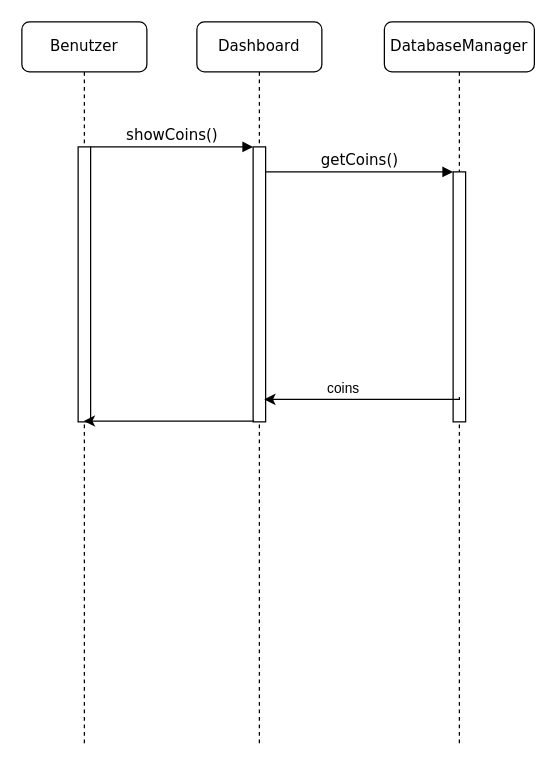
Before: docs/UML/UML-Sequenz-CreateAccount.drawio in Lucas-Klein1/CryptoBroker, a draw.io diagram. Source tidied: cells renumbered, new cells numbered last; positions are measured from the earlier drawing's top-left corner, leaving out a move shared by most shapes. Both pictures are drawn from the tidied source at 125%, with x=0, y=0 at pixel (21, 21).
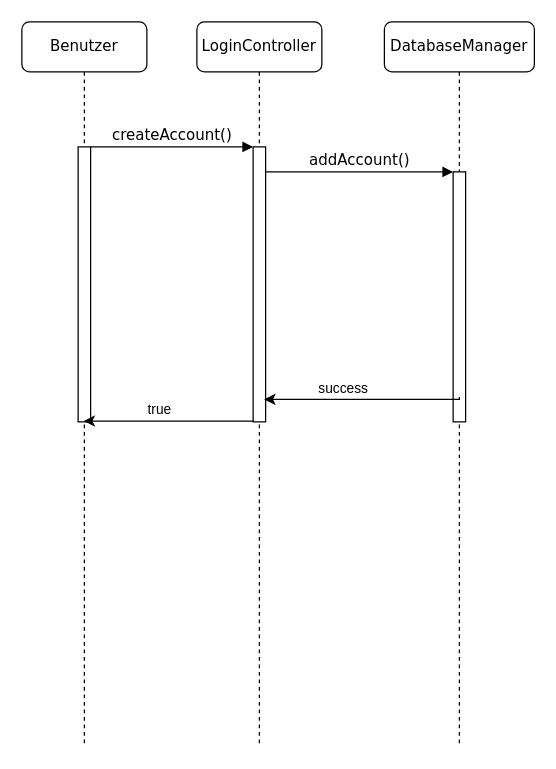
Above is the later version.

Change to the diagram source:
```diff
@@
 <mxGraphModel>
   <root>
     <mxCell id="0" />
     <mxCell id="1" parent="0" />
-    <mxCell id="2" value="Dashboard" style="shape=umlLifeline;perimeter=lifelinePerimeter;whiteSpace=wrap;html=1;rounded=1;shadow=0;comic=0;labelBackgroundColor=none;strokeWidth=1;fontFamily=Verdana;fontSize=12;align=center;" parent="1" vertex="1">
+    <mxCell id="2" value="LoginController" style="shape=umlLifeline;perimeter=lifelinePerimeter;whiteSpace=wrap;html=1;rounded=1;shadow=0;comic=0;labelBackgroundColor=none;strokeWidth=1;fontFamily=Verdana;fontSize=12;align=center;" parent="1" vertex="1">
       <mxGeometry x="140" width="100" height="580" as="geometry" />
     </mxCell>
     <mxCell id="3" style="html=1;points=[];perimeter=orthogonalPerimeter;rounded=0;shadow=0;comic=0;labelBackgroundColor=none;strokeWidth=1;fontFamily=Verdana;fontSize=12;align=center;" parent="2" vertex="1">
       <mxGeometry x="45" y="100" width="10" height="220" as="geometry" />
     </mxCell>
     <mxCell id="4" value="DatabaseManager" style="shape=umlLifeline;perimeter=lifelinePerimeter;whiteSpace=wrap;html=1;rounded=1;shadow=0;comic=0;labelBackgroundColor=none;strokeWidth=1;fontFamily=Verdana;fontSize=12;align=center;" parent="1" vertex="1">
       <mxGeometry x="290" width="120" height="580" as="geometry" />
     </mxCell>
     <mxCell id="5" style="html=1;points=[];perimeter=orthogonalPerimeter;rounded=0;shadow=0;comic=0;labelBackgroundColor=none;strokeWidth=1;fontFamily=Verdana;fontSize=12;align=center;" parent="4" vertex="1">
       <mxGeometry x="55" y="120" width="10" height="200" as="geometry" />
     </mxCell>
     <mxCell id="6" value="Benutzer" style="shape=umlLifeline;perimeter=lifelinePerimeter;whiteSpace=wrap;html=1;outlineConnect=0;rounded=1;shadow=0;comic=0;labelBackgroundColor=none;strokeWidth=1;fontFamily=Verdana;fontSize=12;align=center;" parent="1" vertex="1">
       <mxGeometry width="100" height="580" as="geometry" />
     </mxCell>
     <mxCell id="7" style="html=1;points=[];perimeter=orthogonalPerimeter;rounded=0;shadow=0;comic=0;labelBackgroundColor=none;strokeWidth=1;fontFamily=Verdana;fontSize=12;align=center;" parent="6" vertex="1">
       <mxGeometry x="45" y="100" width="10" height="220" as="geometry" />
     </mxCell>
-    <mxCell id="8" value="showCoins()" style="html=1;verticalAlign=bottom;endArrow=block;entryX=0;entryY=0;labelBackgroundColor=none;fontFamily=Verdana;fontSize=12;edgeStyle=elbowEdgeStyle;elbow=vertical;" parent="1" edge="1" source="7" target="3">
+    <mxCell id="8" value="createAccount()" style="html=1;verticalAlign=bottom;endArrow=block;entryX=0;entryY=0;labelBackgroundColor=none;fontFamily=Verdana;fontSize=12;edgeStyle=elbowEdgeStyle;elbow=vertical;" parent="1" edge="1" source="7" target="3">
       <mxGeometry relative="1" as="geometry" />
     </mxCell>
-    <mxCell id="9" value="getCoins()" style="html=1;verticalAlign=bottom;endArrow=block;entryX=0;entryY=0;labelBackgroundColor=none;fontFamily=Verdana;fontSize=12;edgeStyle=elbowEdgeStyle;elbow=vertical;" parent="1" edge="1" source="3" target="5">
+    <mxCell id="9" value="addAccount()" style="html=1;verticalAlign=bottom;endArrow=block;entryX=0;entryY=0;labelBackgroundColor=none;fontFamily=Verdana;fontSize=12;edgeStyle=elbowEdgeStyle;elbow=vertical;" parent="1" edge="1" source="3" target="5">
       <mxGeometry relative="1" as="geometry" />
     </mxCell>
     <mxCell id="10" style="edgeStyle=orthogonalEdgeStyle;rounded=0;orthogonalLoop=1;jettySize=auto;html=1;entryX=0.887;entryY=0.918;entryDx=0;entryDy=0;entryPerimeter=0;" parent="1" edge="1">
       <mxGeometry relative="1" as="geometry">
         <mxPoint x="350" y="300" as="sourcePoint" />
         <mxPoint x="193.9" y="302" as="targetPoint" />
         <Array as="points">
           <mxPoint x="350" y="302" />
         </Array>
       </mxGeometry>
     </mxCell>
-    <mxCell id="11" value="coins" style="edgeLabel;html=1;align=center;verticalAlign=middle;" parent="10" vertex="1">
+    <mxCell id="11" value="success" style="edgeLabel;html=1;align=center;verticalAlign=middle;" parent="10" vertex="1">
       <mxGeometry x="0.21" relative="1" as="geometry">
         <mxPoint y="-10" as="offset" />
       </mxGeometry>
     </mxCell>
     <mxCell id="12" style="endArrow=classic;html=1;rounded=0;exitX=0.086;exitY=0.997;exitDx=0;exitDy=0;exitPerimeter=0;" parent="1" edge="1" source="3" target="6">
       <mxGeometry relative="1" as="geometry" />
     </mxCell>
+    <mxCell id="13" value="true" style="edgeLabel;html=1;align=center;verticalAlign=middle;" parent="12" vertex="1">
+      <mxGeometry x="0.11" y="-2" relative="1" as="geometry">
+        <mxPoint y="-8" as="offset" />
+      </mxGeometry>
+    </mxCell>
   </root>
 </mxGraphModel>
```
